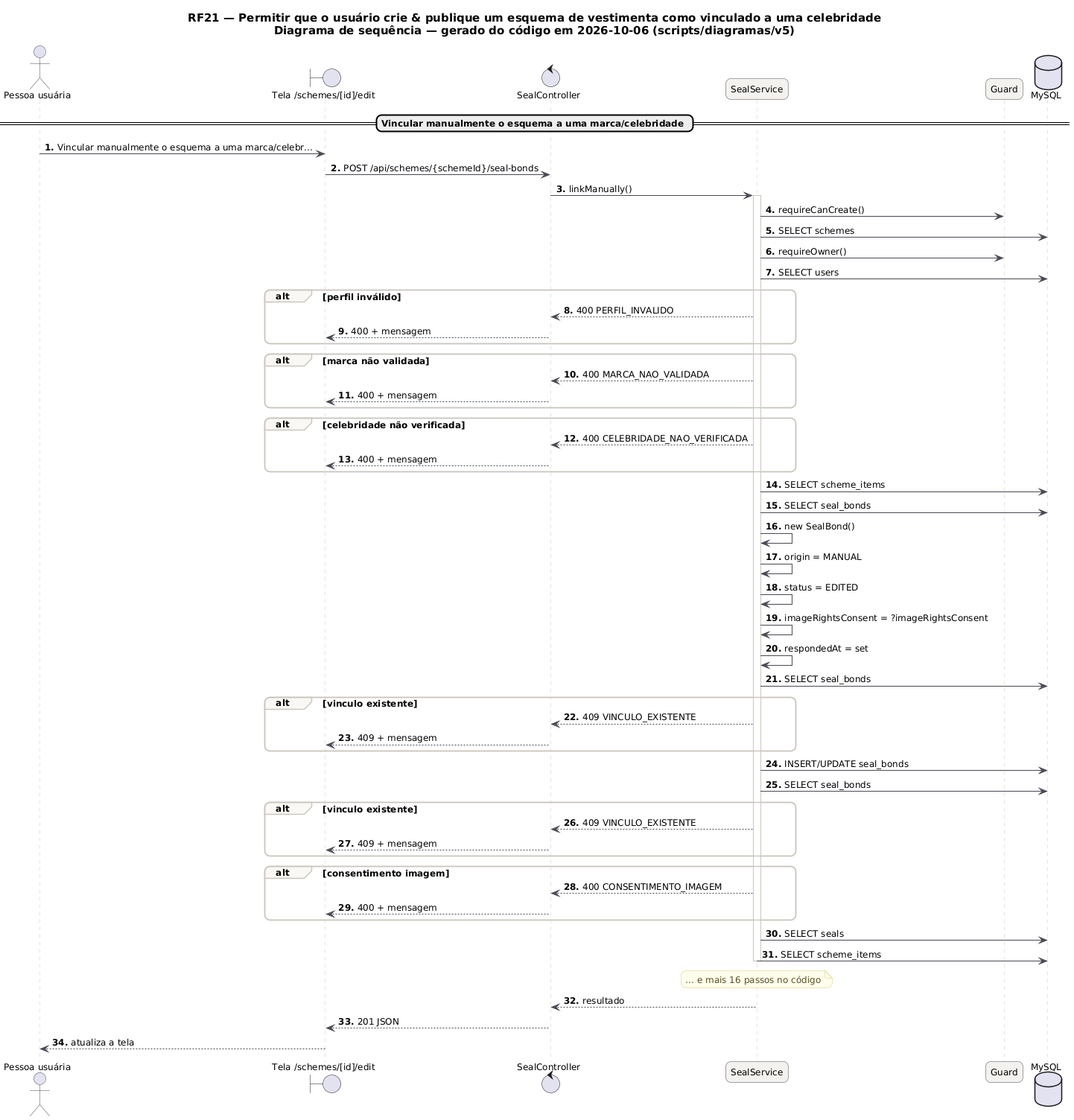
MatheusHaliski/tcc-2026-fashion-ai-backend keeps this PlantUML diagram as docs/diagramas/RF21/RF21_Sequencia.png. Above is the earlier version.
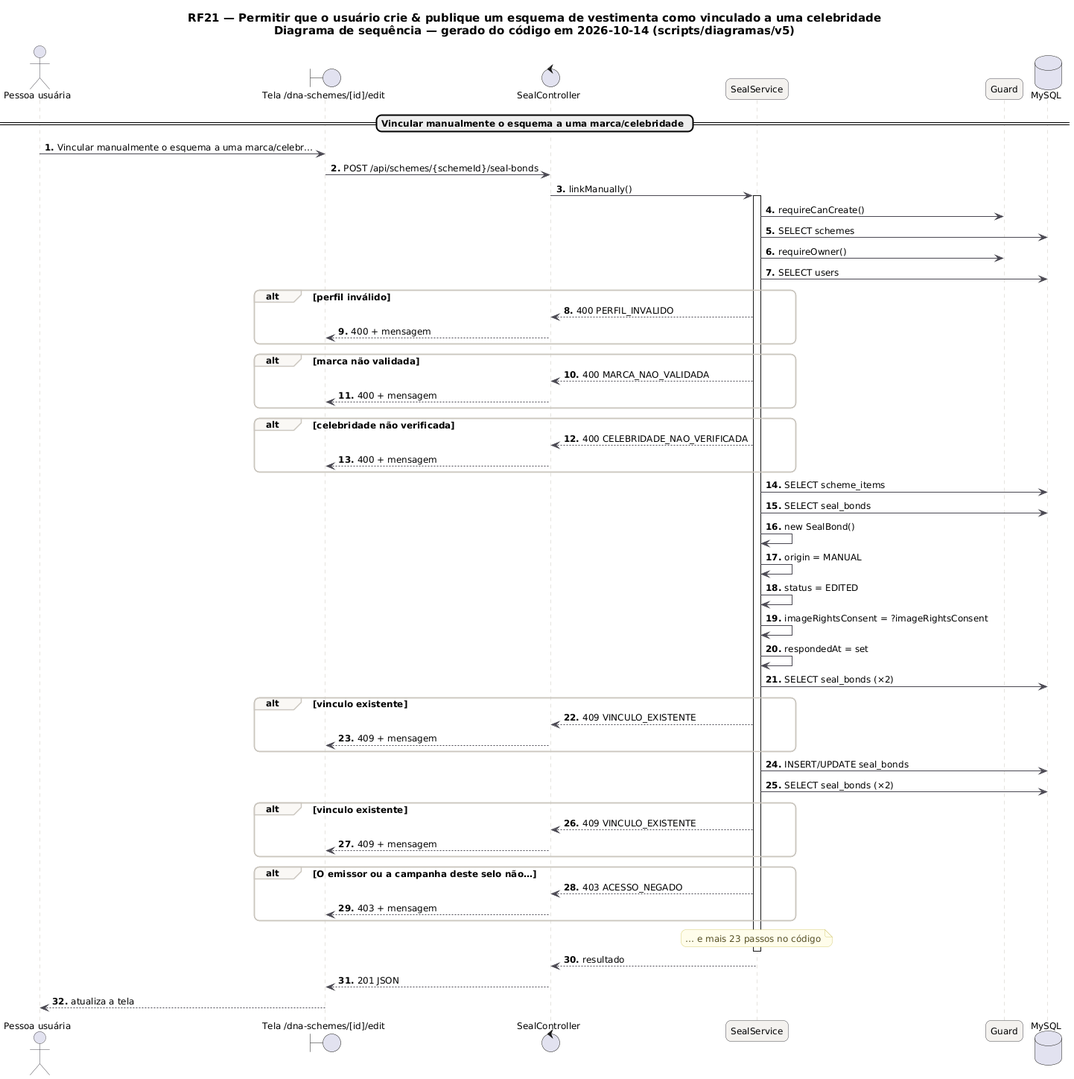
Above is the later version.

Change to the diagram source:
```diff
@@ -21,10 +21,10 @@
   GroupBackgroundColor #FAF8F5
 }
 autonumber "<b>0."
-title RF21 — Permitir que o usuário crie & publique um esquema de vestimenta como vinculado a uma celebridade\nDiagrama de sequência — gerado do código em 2026-10-06 (scripts/diagramas/v5)
+title RF21 — Permitir que o usuário crie & publique um esquema de vestimenta como vinculado a uma celebridade\nDiagrama de sequência — gerado do código em 2026-10-14 (scripts/diagramas/v5)
 
 actor "Pessoa usuária" as U
-boundary "Tela /schemes/[id]/edit" as P
+boundary "Tela /dna-schemes/[id]/edit" as P
 control "SealController" as SealController
 participant "SealService" as SealService
 participant "Guard" as Guard
@@ -57,24 +57,22 @@
 SealService -> SealService : status = EDITED
 SealService -> SealService : imageRightsConsent = ?imageRightsConsent
 SealService -> SealService : respondedAt = set
-SealService -> DB_MySQL : SELECT seal_bonds
+SealService -> DB_MySQL : SELECT seal_bonds (×2)
 alt vinculo existente
 SealService --> SealController : 409 VINCULO_EXISTENTE
 SealController --> P : 409 + mensagem
 end
 SealService -> DB_MySQL : INSERT/UPDATE seal_bonds
-SealService -> DB_MySQL : SELECT seal_bonds
+SealService -> DB_MySQL : SELECT seal_bonds (×2)
 alt vinculo existente
 SealService --> SealController : 409 VINCULO_EXISTENTE
 SealController --> P : 409 + mensagem
 end
-alt consentimento imagem
-SealService --> SealController : 400 CONSENTIMENTO_IMAGEM
-SealController --> P : 400 + mensagem
+alt O emissor ou a campanha deste selo não…
+SealService --> SealController : 403 ACESSO_NEGADO
+SealController --> P : 403 + mensagem
 end
-SealService -> DB_MySQL : SELECT seals
-SealService -> DB_MySQL : SELECT scheme_items
-note over SealService : … e mais 16 passos no código
+note over SealService : … e mais 23 passos no código
 deactivate SealService
 SealService --> SealController : resultado
 SealController --> P : 201 JSON
```
